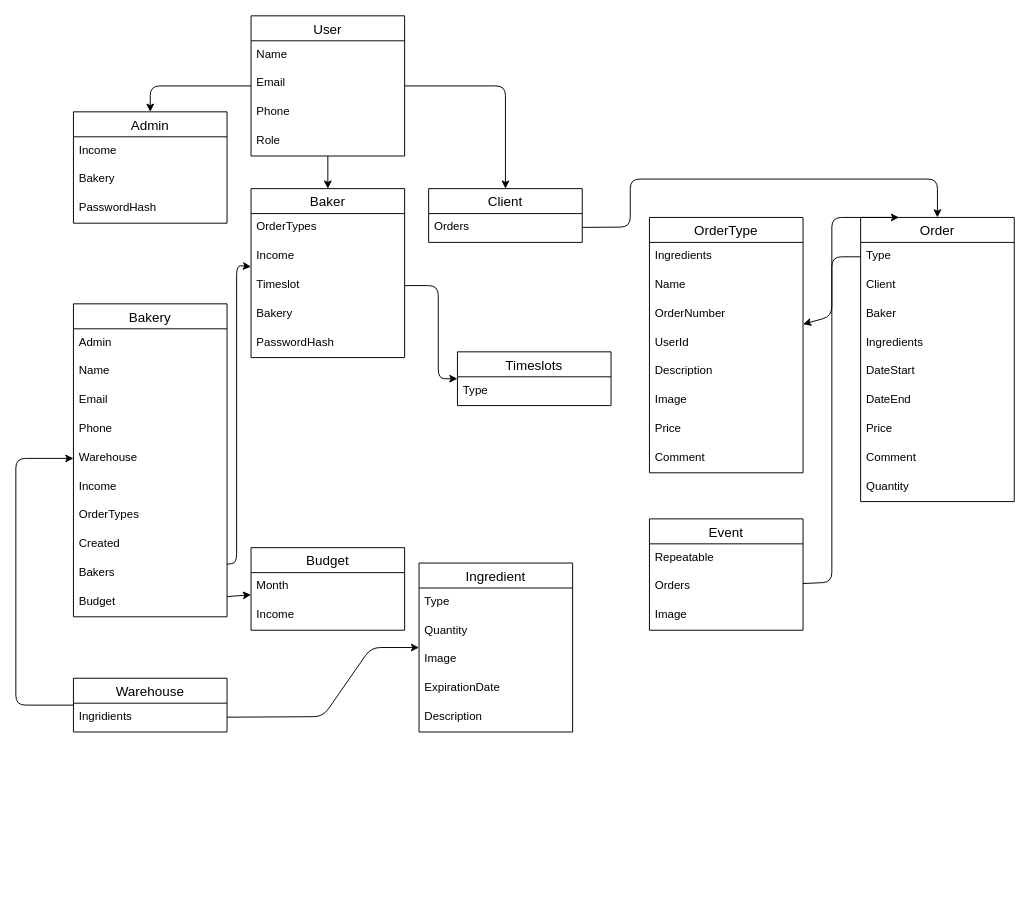
The draw.io diagram logic.drawio in uBake/backend, before the edit. Source tidied: cells renumbered, new cells numbered last; positions are measured from the earlier drawing's top-left corner, leaving out a move shared by most shapes. Both pictures are drawn from the tidied source at 96%, with x=0, y=0 at pixel (15, 15).
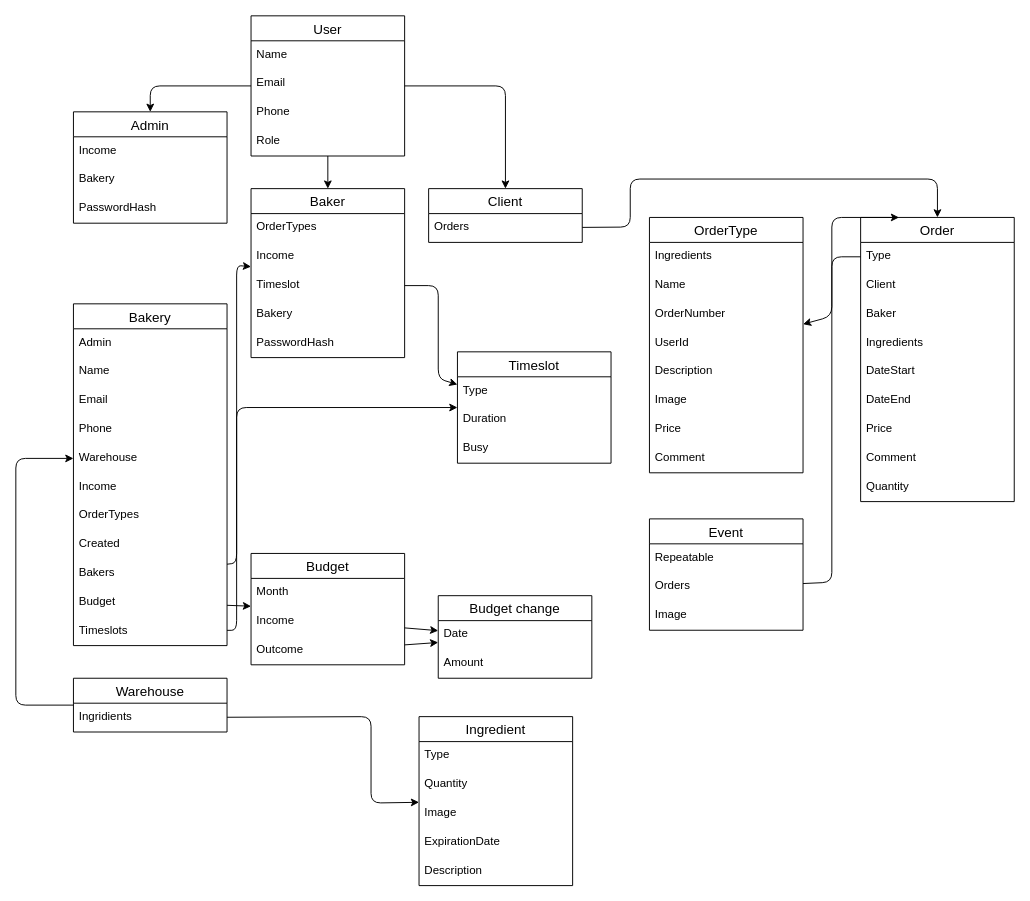
After the change.

Unchanged cells that the change refers to:
```xml
<mxCell id="51" value="Income" style="text;strokeColor=none;fillColor=none;spacingLeft=4;spacingRight=4;overflow=hidden;points=[[0,0.5],[1,0.5]];portConstraint=eastwest;fontSize=12;" parent="49" vertex="1">
  <mxGeometry y="56" width="160" height="30" as="geometry" />
</mxCell>
<mxCell id="68" value="Ingridients" style="text;strokeColor=none;fillColor=none;spacingLeft=4;spacingRight=4;overflow=hidden;points=[[0,0.5],[1,0.5]];portConstraint=eastwest;fontSize=12;" parent="67" vertex="1">
  <mxGeometry y="26" width="160" height="30" as="geometry" />
</mxCell>
```

What changed in the source:
```diff
@@
     <mxCell id="12" value="Ingredient" style="swimlane;fontStyle=0;horizontal=1;startSize=26;align=center;fontSize=14;" parent="1" vertex="1">
-      <mxGeometry x="420" y="570" width="160" height="176" as="geometry" />
+      <mxGeometry x="420" y="730" width="160" height="176" as="geometry" />
     </mxCell>
@@
-    <mxCell id="35" value="Timeslots" style="swimlane;fontStyle=0;horizontal=1;startSize=26;align=center;fontSize=14;" parent="1" vertex="1">
-      <mxGeometry x="460" y="350" width="160" height="56" as="geometry" />
+    <mxCell id="35" value="Timeslot" style="swimlane;fontStyle=0;horizontal=1;startSize=26;align=center;fontSize=14;" parent="1" vertex="1">
+      <mxGeometry x="460" y="350" width="160" height="116" as="geometry" />
     </mxCell>
@@
+    <mxCell id="77" value="Duration" style="text;strokeColor=none;fillColor=none;spacingLeft=4;spacingRight=4;overflow=hidden;fontSize=12;" parent="35" vertex="1">
+      <mxGeometry y="56" width="160" height="30" as="geometry" />
+    </mxCell>
+    <mxCell id="78" value="Busy" style="text;strokeColor=none;fillColor=none;spacingLeft=4;spacingRight=4;overflow=hidden;fontSize=12;" parent="35" vertex="1">
+      <mxGeometry y="86" width="160" height="30" as="geometry" />
+    </mxCell>
@@
     <mxCell id="49" value="Budget" style="swimlane;fontStyle=0;horizontal=1;startSize=26;align=center;fontSize=14;" parent="1" vertex="1">
-      <mxGeometry x="245" y="554" width="160" height="86" as="geometry" />
+      <mxGeometry x="245" y="560" width="160" height="116" as="geometry" />
     </mxCell>
@@
+    <mxCell id="79" value="Outcome" style="text;strokeColor=none;fillColor=none;spacingLeft=4;spacingRight=4;overflow=hidden;points=[[0,0.5],[1,0.5]];portConstraint=eastwest;fontSize=12;" parent="49" vertex="1">
+      <mxGeometry y="86" width="160" height="30" as="geometry" />
+    </mxCell>
     <mxCell id="52" value="Bakery" style="swimlane;fontStyle=0;horizontal=1;startSize=26;align=center;fontSize=14;" parent="1" vertex="1">
-      <mxGeometry x="60" y="300" width="160" height="326" as="geometry" />
+      <mxGeometry x="60" y="300" width="160" height="356" as="geometry" />
     </mxCell>
@@
+    <mxCell id="80" value="Timeslots" style="text;strokeColor=none;fillColor=none;spacingLeft=4;spacingRight=4;overflow=hidden;points=[[0,0.5],[1,0.5]];portConstraint=eastwest;fontSize=12;" parent="52" vertex="1">
+      <mxGeometry y="326" width="160" height="30" as="geometry" />
+    </mxCell>
@@
     <mxCell id="76" style="edgeStyle=none;rounded=1;html=1;" parent="1" edge="1" source="68" target="12">
       <mxGeometry relative="1" as="geometry">
         <Array as="points">
-          <mxPoint x="320" y="730" />
-          <mxPoint x="370" y="658" />
+          <mxPoint x="370" y="730" />
+          <mxPoint x="370" y="820" />
         </Array>
       </mxGeometry>
     </mxCell>
+    <mxCell id="81" style="edgeStyle=none;html=1;" parent="1" edge="1" source="80" target="35">
+      <mxGeometry relative="1" as="geometry">
+        <Array as="points">
+          <mxPoint x="230" y="640" />
+          <mxPoint x="230" y="408" />
+        </Array>
+      </mxGeometry>
+    </mxCell>
+    <mxCell id="82" value="Budget change" style="swimlane;fontStyle=0;horizontal=1;startSize=26;align=center;fontSize=14;" parent="1" vertex="1">
+      <mxGeometry x="440" y="604" width="160" height="86" as="geometry" />
+    </mxCell>
+    <mxCell id="83" value="Date" style="text;strokeColor=none;fillColor=none;spacingLeft=4;spacingRight=4;overflow=hidden;fontSize=12;" parent="82" vertex="1">
+      <mxGeometry y="26" width="160" height="30" as="geometry" />
+    </mxCell>
+    <mxCell id="84" value="Amount" style="text;strokeColor=none;fillColor=none;spacingLeft=4;spacingRight=4;overflow=hidden;fontSize=12;" parent="82" vertex="1">
+      <mxGeometry y="56" width="160" height="30" as="geometry" />
+    </mxCell>
+    <mxCell id="85" style="edgeStyle=none;html=1;" parent="1" edge="1" source="51" target="82">
+      <mxGeometry relative="1" as="geometry" />
+    </mxCell>
+    <mxCell id="86" style="edgeStyle=none;html=1;" parent="1" edge="1" source="79" target="82">
+      <mxGeometry relative="1" as="geometry" />
+    </mxCell>
```
